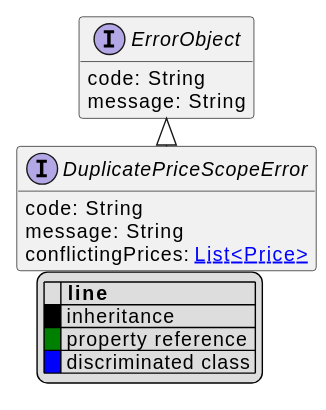
commercetools/commercetools-api-reference keeps this PlantUML diagram as uml/api/svg/DuplicatePriceScopeError.svg. Above is the earlier version.
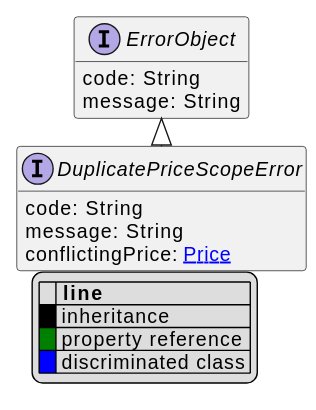
The same file after the commit.

The edit, as a diff of the source:
```diff
@@ -11,7 +11,7 @@
 interface DuplicatePriceScopeError [[DuplicatePriceScopeError.svg]] extends ErrorObject {
     code: String
     message: String
-    conflictingPrices: [[Price.svg List<Price>]]
+    conflictingPrice: [[Price.svg Price]]
 }
 interface ErrorObject [[ErrorObject.svg]]  {
     code: String
```
